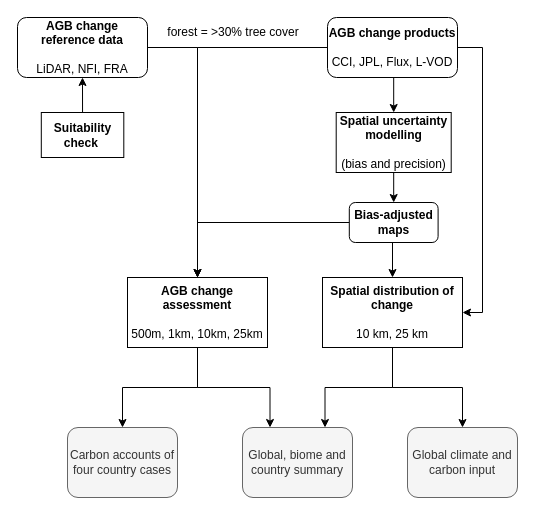
Above: paper2.drawio in arnanaraza/diagrams (draw.io), before the change. Source tidied: cells renumbered, new cells numbered last; positions are measured from the earlier drawing's top-left corner, leaving out a move shared by most shapes. Both pictures are drawn from the tidied source at 100%, with x=0, y=0 at pixel (17, 17).
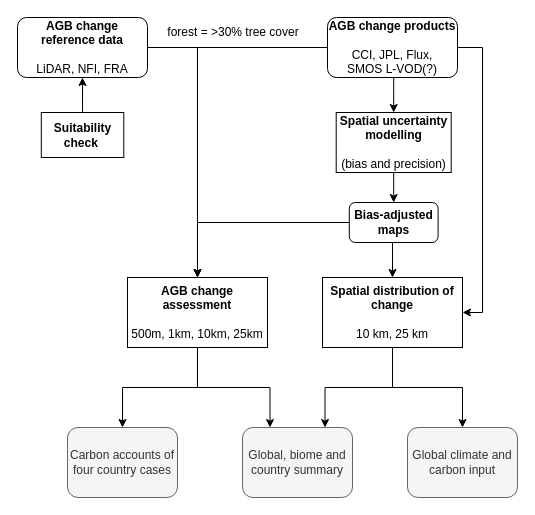
Above is the later version.

What changed in the source:
```diff
@@
-    <mxCell id="7" value="&lt;b&gt;AGB change products&lt;br&gt;&lt;/b&gt;&lt;br&gt;CCI, JPL, Flux, L-VOD&lt;span style=&quot;font-family: &amp;#34;helvetica&amp;#34;&quot;&gt;&lt;br&gt;&lt;/span&gt;" style="rounded=1;whiteSpace=wrap;html=1;" parent="1" vertex="1">
+    <mxCell id="7" value="&lt;b&gt;AGB change products&lt;br&gt;&lt;/b&gt;&lt;br&gt;CCI, JPL, Flux, &lt;br&gt;SMOS L-VOD(?)&lt;span style=&quot;font-family: &amp;#34;helvetica&amp;#34;&quot;&gt;&lt;br&gt;&lt;/span&gt;" style="rounded=1;whiteSpace=wrap;html=1;" parent="1" vertex="1">
       <mxGeometry x="310" width="130" height="60" as="geometry" />
     </mxCell>
```
